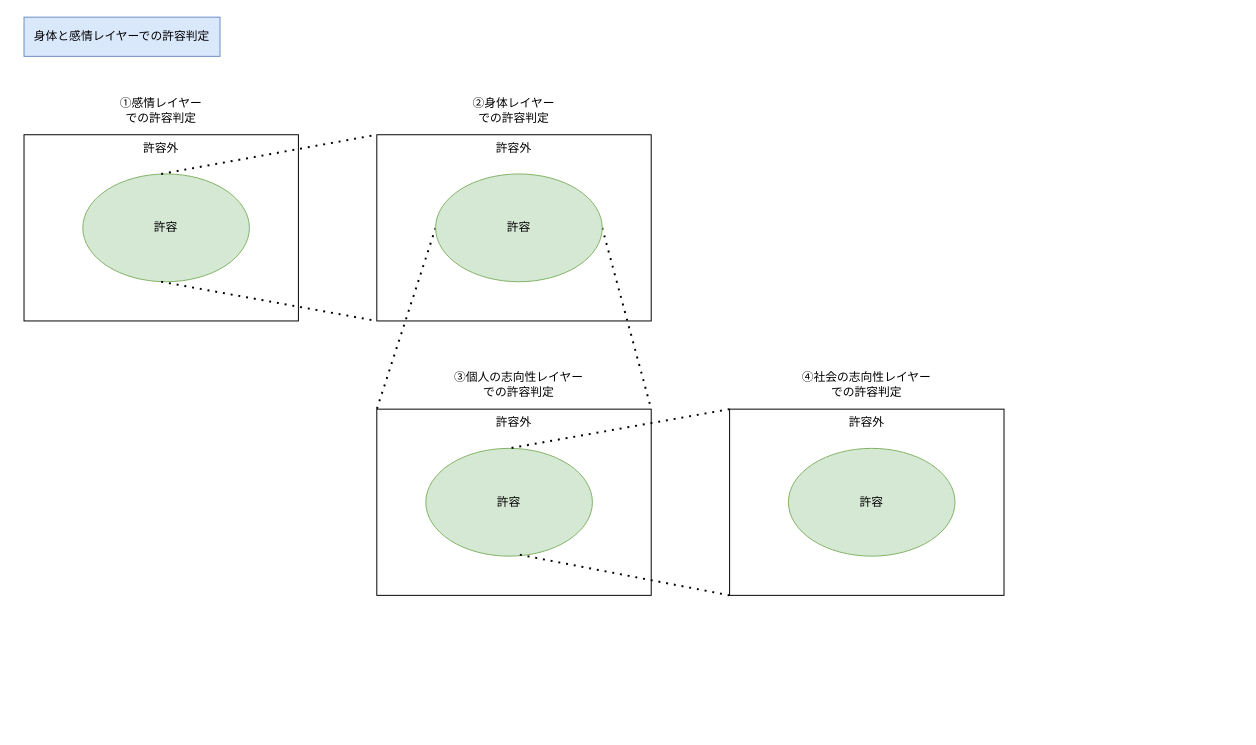
The draw.io diagram qiita_differennce4.drawio in YossyIto/booklog_drowio, before the edit. Source tidied: cells renumbered, new cells numbered last; positions are measured from the earlier drawing's top-left corner, leaving out a move shared by most shapes. Both pictures are drawn from the tidied source at 98%, with x=0, y=0 at pixel (24, 17).
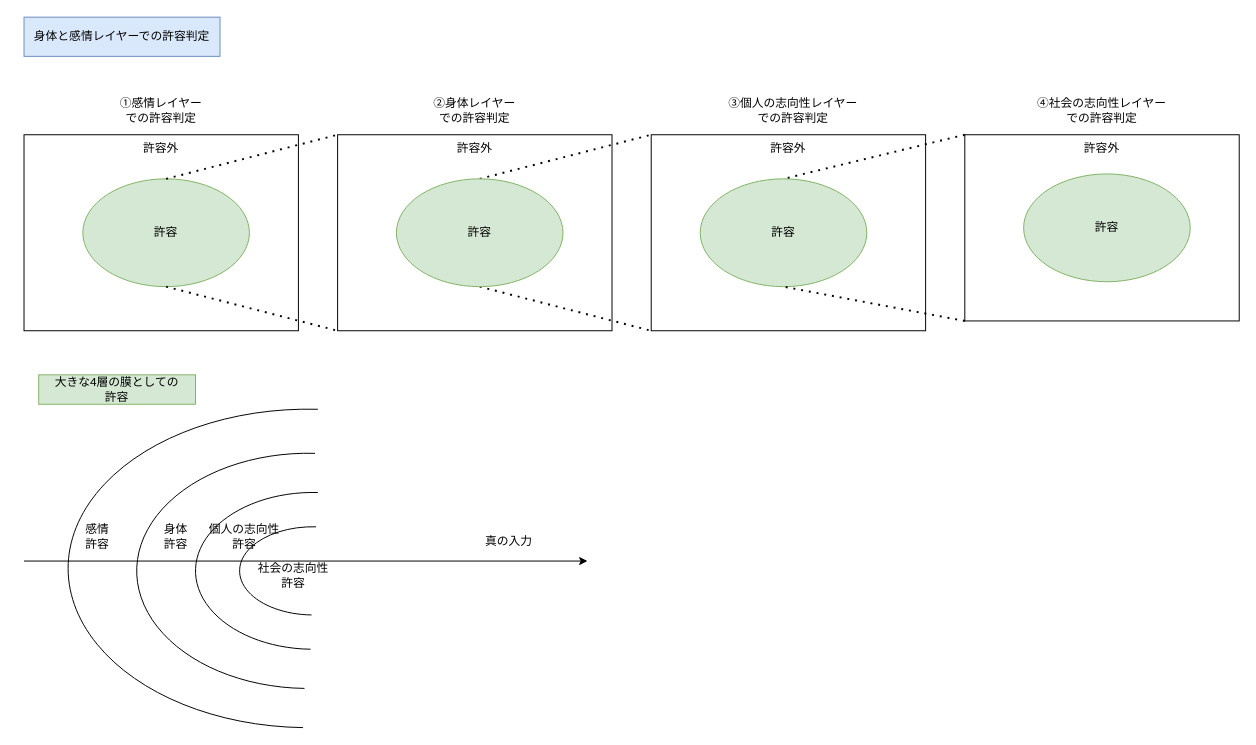
The same diagram, later.

Commit message (it also covers changes not shown here):
qiita_differennce4.drawio を更新します

Change to the diagram source:
```diff
@@
+    <mxCell id="21" style="verticalLabelPosition=bottom;verticalAlign=top;html=1;shape=mxgraph.basic.arc;startAngle=0.5034593451854676;endAngle=0.006362805673995916;" parent="1" vertex="1">
+      <mxGeometry x="45" y="400" width="490" height="325" as="geometry" />
+    </mxCell>
@@
     <mxCell id="3" value="許容外" style="rounded=0;whiteSpace=wrap;html=1;labelPosition=center;verticalLabelPosition=middle;align=center;verticalAlign=top;" parent="1" vertex="1">
-      <mxGeometry y="120" width="280" height="190" as="geometry" />
+      <mxGeometry y="120" width="280" height="200" as="geometry" />
     </mxCell>
     <mxCell id="4" value="許容" style="ellipse;whiteSpace=wrap;html=1;fillColor=#d5e8d4;strokeColor=#82b366;" parent="1" vertex="1">
-      <mxGeometry x="60" y="160" width="170" height="110" as="geometry" />
+      <mxGeometry x="60" y="165" width="170" height="110" as="geometry" />
     </mxCell>
     <mxCell id="5" value="許容外" style="rounded=0;whiteSpace=wrap;html=1;labelPosition=center;verticalLabelPosition=middle;align=center;verticalAlign=top;" parent="1" vertex="1">
-      <mxGeometry x="360" y="120" width="280" height="190" as="geometry" />
+      <mxGeometry x="320" y="120" width="280" height="200" as="geometry" />
     </mxCell>
-    <mxCell id="6" style="endArrow=none;dashed=1;html=1;dashPattern=1 3;strokeWidth=2;rounded=0;exitX=0.5;exitY=0;exitDx=0;exitDy=0;entryX=0;entryY=0;entryDx=0;entryDy=0;" parent="1" edge="1" target="5">
-      <mxGeometry relative="1" as="geometry">
-        <mxPoint x="140" y="160" as="sourcePoint" />
-      </mxGeometry>
+    <mxCell id="6" style="endArrow=none;dashed=1;html=1;dashPattern=1 3;strokeWidth=2;rounded=0;exitX=0.5;exitY=0;exitDx=0;exitDy=0;entryX=0;entryY=0;entryDx=0;entryDy=0;" parent="1" edge="1" source="4" target="5">
+      <mxGeometry relative="1" as="geometry" />
     </mxCell>
-    <mxCell id="7" style="endArrow=none;dashed=1;html=1;dashPattern=1 3;strokeWidth=2;rounded=0;exitX=0.5;exitY=1;exitDx=0;exitDy=0;entryX=0;entryY=1;entryDx=0;entryDy=0;" parent="1" edge="1" target="5">
-      <mxGeometry relative="1" as="geometry">
-        <mxPoint x="140" y="270" as="sourcePoint" />
-      </mxGeometry>
+    <mxCell id="7" style="endArrow=none;dashed=1;html=1;dashPattern=1 3;strokeWidth=2;rounded=0;exitX=0.5;exitY=1;exitDx=0;exitDy=0;entryX=0;entryY=1;entryDx=0;entryDy=0;" parent="1" edge="1" source="4" target="5">
+      <mxGeometry relative="1" as="geometry" />
     </mxCell>
@@
     <mxCell id="9" value="➁身体レイヤー&lt;div&gt;での許容判定&lt;/div&gt;" style="text;html=1;align=center;verticalAlign=middle;whiteSpace=wrap;rounded=0;" parent="1" vertex="1">
-      <mxGeometry x="420" y="80" width="160" height="30" as="geometry" />
+      <mxGeometry x="380" y="80" width="160" height="30" as="geometry" />
     </mxCell>
     <mxCell id="10" value="許容外" style="rounded=0;whiteSpace=wrap;html=1;labelPosition=center;verticalLabelPosition=middle;align=center;verticalAlign=top;" parent="1" vertex="1">
-      <mxGeometry x="360" y="400" width="280" height="190" as="geometry" />
+      <mxGeometry x="640" y="120" width="280" height="200" as="geometry" />
     </mxCell>
     <mxCell id="11" value="③個人の志向性レイヤー&lt;div&gt;での許容判定&lt;/div&gt;" style="text;html=1;align=center;verticalAlign=middle;whiteSpace=wrap;rounded=0;" parent="1" vertex="1">
-      <mxGeometry x="425" y="360" width="160" height="30" as="geometry" />
+      <mxGeometry x="705" y="80" width="160" height="30" as="geometry" />
     </mxCell>
-    <mxCell id="12" style="endArrow=none;dashed=1;html=1;dashPattern=1 3;strokeWidth=2;rounded=0;exitX=0;exitY=0.5;exitDx=0;exitDy=0;entryX=0;entryY=0;entryDx=0;entryDy=0;" parent="1" edge="1" source="14" target="10">
+    <mxCell id="12" style="endArrow=none;dashed=1;html=1;dashPattern=1 3;strokeWidth=2;rounded=0;exitX=0.5;exitY=0;exitDx=0;exitDy=0;entryX=0;entryY=0;entryDx=0;entryDy=0;" parent="1" edge="1" source="14" target="10">
       <mxGeometry relative="1" as="geometry" />
     </mxCell>
-    <mxCell id="13" style="endArrow=none;dashed=1;html=1;dashPattern=1 3;strokeWidth=2;rounded=0;entryX=1;entryY=0;entryDx=0;entryDy=0;exitX=1;exitY=0.5;exitDx=0;exitDy=0;" parent="1" edge="1" source="14" target="10">
+    <mxCell id="13" style="endArrow=none;dashed=1;html=1;dashPattern=1 3;strokeWidth=2;rounded=0;entryX=0;entryY=1;entryDx=0;entryDy=0;exitX=0.5;exitY=1;exitDx=0;exitDy=0;" parent="1" edge="1" source="14" target="10">
       <mxGeometry relative="1" as="geometry" />
     </mxCell>
     <mxCell id="14" value="許容" style="ellipse;whiteSpace=wrap;html=1;fillColor=#d5e8d4;strokeColor=#82b366;" parent="1" vertex="1">
-      <mxGeometry x="420" y="160" width="170" height="110" as="geometry" />
+      <mxGeometry x="380" y="165" width="170" height="110" as="geometry" />
     </mxCell>
     <mxCell id="15" value="許容" style="ellipse;whiteSpace=wrap;html=1;fillColor=#d5e8d4;strokeColor=#82b366;" parent="1" vertex="1">
-      <mxGeometry x="410" y="440" width="170" height="110" as="geometry" />
+      <mxGeometry x="690" y="165" width="170" height="110" as="geometry" />
     </mxCell>
     <mxCell id="16" value="許容外" style="rounded=0;whiteSpace=wrap;html=1;labelPosition=center;verticalLabelPosition=middle;align=center;verticalAlign=top;" parent="1" vertex="1">
-      <mxGeometry x="720" y="400" width="280" height="190" as="geometry" />
+      <mxGeometry x="960" y="120" width="280" height="190" as="geometry" />
     </mxCell>
     <mxCell id="17" value="許容" style="ellipse;whiteSpace=wrap;html=1;fillColor=#d5e8d4;strokeColor=#82b366;" parent="1" vertex="1">
-      <mxGeometry x="780" y="440" width="170" height="110" as="geometry" />
+      <mxGeometry x="1020" y="160" width="170" height="110" as="geometry" />
     </mxCell>
     <mxCell id="18" value="④社会の志向性レイヤー&lt;div&gt;での許容判定&lt;/div&gt;" style="text;html=1;align=center;verticalAlign=middle;whiteSpace=wrap;rounded=0;" parent="1" vertex="1">
-      <mxGeometry x="780" y="360" width="160" height="30" as="geometry" />
+      <mxGeometry x="1020" y="80" width="160" height="30" as="geometry" />
     </mxCell>
@@
-    <mxCell id="20" style="endArrow=none;dashed=1;html=1;dashPattern=1 3;strokeWidth=2;rounded=0;exitX=0;exitY=1;exitDx=0;exitDy=0;entryX=0.547;entryY=0.982;entryDx=0;entryDy=0;entryPerimeter=0;" parent="1" edge="1" source="16" target="15">
+    <mxCell id="20" style="endArrow=none;dashed=1;html=1;dashPattern=1 3;strokeWidth=2;rounded=0;exitX=0;exitY=1;exitDx=0;exitDy=0;entryX=0.5;entryY=1;entryDx=0;entryDy=0;" parent="1" edge="1" source="16" target="15">
       <mxGeometry relative="1" as="geometry" />
     </mxCell>
+    <mxCell id="22" value="感情&lt;div&gt;許容&lt;/div&gt;" style="text;html=1;align=center;verticalAlign=middle;whiteSpace=wrap;rounded=0;" parent="1" vertex="1">
+      <mxGeometry x="45" y="515" width="60" height="30" as="geometry" />
+    </mxCell>
+    <mxCell id="23" style="verticalLabelPosition=bottom;verticalAlign=top;html=1;shape=mxgraph.basic.arc;startAngle=0.5034593451854676;endAngle=0.006362805673995916;" parent="1" vertex="1">
+      <mxGeometry x="115" y="445" width="350" height="240" as="geometry" />
+    </mxCell>
+    <mxCell id="24" value="身体&lt;div&gt;許容&lt;/div&gt;" style="text;html=1;align=center;verticalAlign=middle;whiteSpace=wrap;rounded=0;" parent="1" vertex="1">
+      <mxGeometry x="125" y="515" width="60" height="30" as="geometry" />
+    </mxCell>
+    <mxCell id="25" style="endArrow=classic;html=1;rounded=0;" parent="1" edge="1">
+      <mxGeometry relative="1" as="geometry">
+        <mxPoint y="555" as="sourcePoint" />
+        <mxPoint x="575" y="555" as="targetPoint" />
+      </mxGeometry>
+    </mxCell>
+    <mxCell id="26" style="verticalLabelPosition=bottom;verticalAlign=top;html=1;shape=mxgraph.basic.arc;startAngle=0.5034593451854676;endAngle=0.006362805673995916;" parent="1" vertex="1">
+      <mxGeometry x="175" y="485" width="240" height="160" as="geometry" />
+    </mxCell>
+    <mxCell id="27" value="個人の志向性&lt;div&gt;許容&lt;/div&gt;" style="text;html=1;align=center;verticalAlign=middle;whiteSpace=wrap;rounded=0;" parent="1" vertex="1">
+      <mxGeometry x="185" y="515" width="80" height="30" as="geometry" />
+    </mxCell>
+    <mxCell id="28" style="verticalLabelPosition=bottom;verticalAlign=top;html=1;shape=mxgraph.basic.arc;startAngle=0.5034593451854676;endAngle=0.006362805673995916;" parent="1" vertex="1">
+      <mxGeometry x="220" y="520" width="150" height="90" as="geometry" />
+    </mxCell>
+    <mxCell id="29" value="社会の志向性&lt;div&gt;許容&lt;/div&gt;" style="text;html=1;align=center;verticalAlign=middle;whiteSpace=wrap;rounded=0;" parent="1" vertex="1">
+      <mxGeometry x="235" y="555" width="80" height="30" as="geometry" />
+    </mxCell>
+    <mxCell id="30" value="大きな4層の膜としての&lt;div&gt;許容&lt;/div&gt;" style="text;html=1;align=center;verticalAlign=middle;whiteSpace=wrap;rounded=0;fillColor=#d5e8d4;strokeColor=#82b366;" parent="1" vertex="1">
+      <mxGeometry x="15" y="365" width="160" height="30" as="geometry" />
+    </mxCell>
+    <mxCell id="31" value="真の入力" style="text;html=1;align=center;verticalAlign=middle;whiteSpace=wrap;rounded=0;" parent="1" vertex="1">
+      <mxGeometry x="455" y="520" width="80" height="30" as="geometry" />
+    </mxCell>
```
